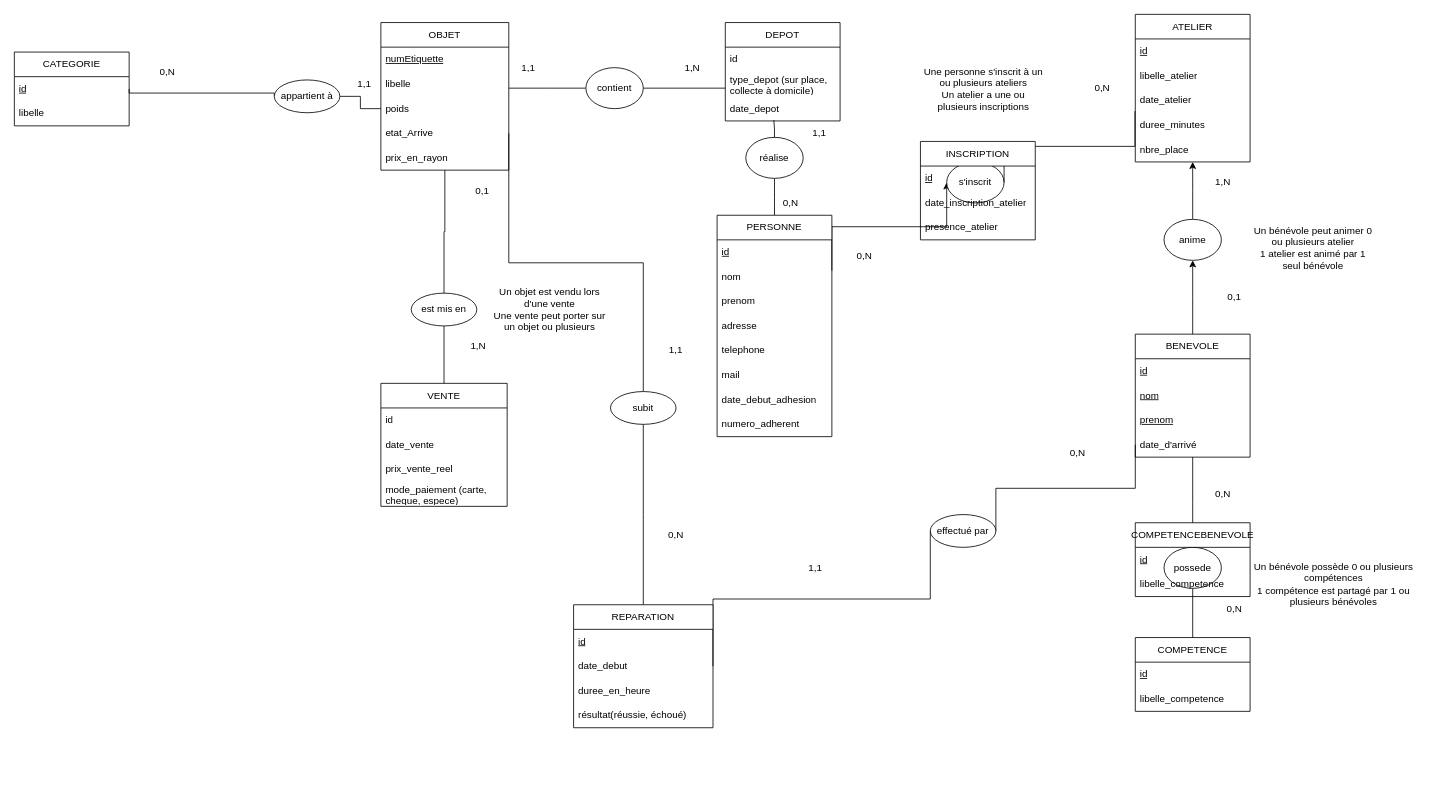
Earlier version of the draw.io diagram schema_EA_adatabase.drawio (gdiaby2403/repo1). Source tidied: cells renumbered, new cells numbered last; positions are measured from the earlier drawing's top-left corner, leaving out a move shared by most shapes. Both pictures are drawn from the tidied source at 82%, with x=0, y=0 at pixel (14, 14).
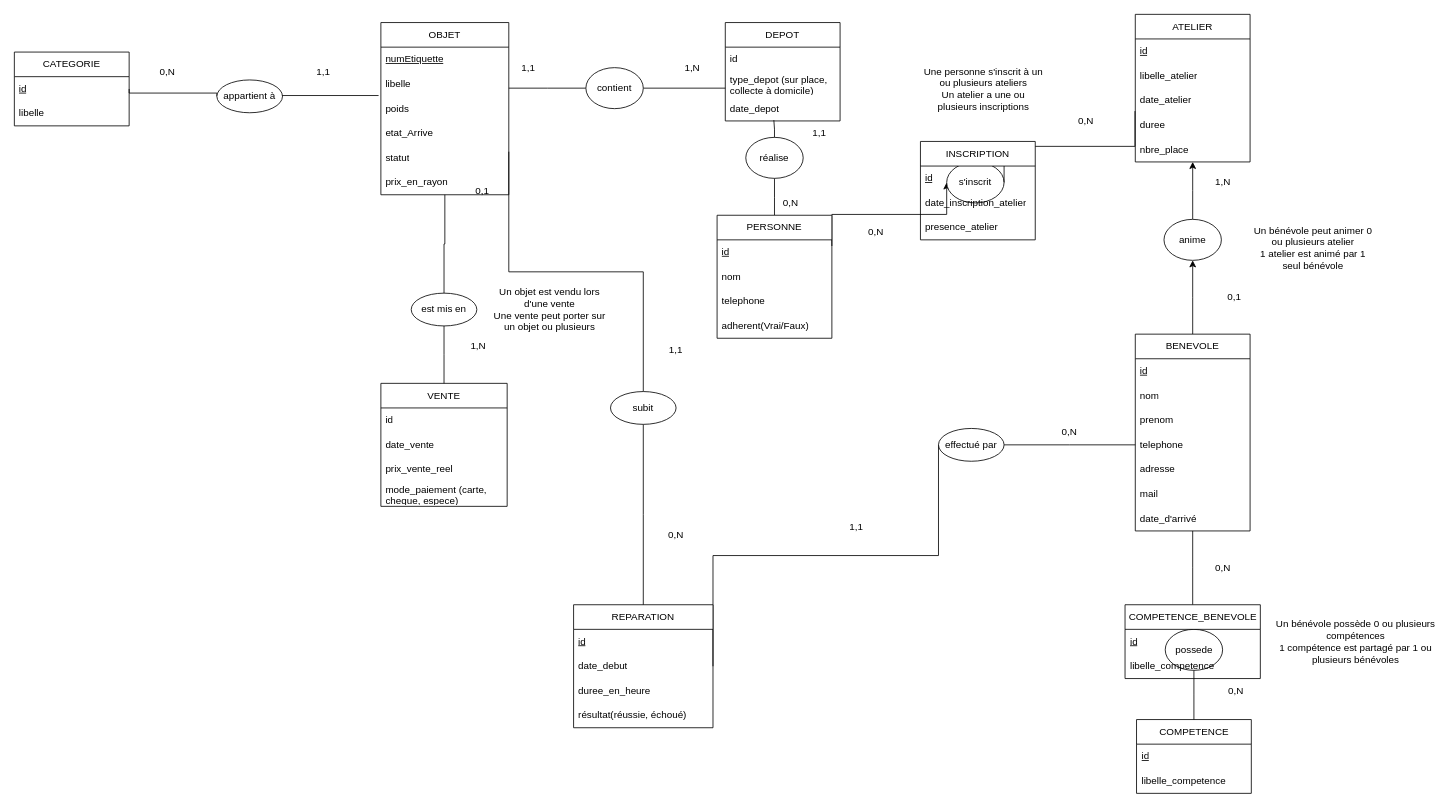
Above is the later version.

Commit message:
Mettre à jour schema_EA_adatabase.drawio

The change refers to these unchanged cells:
```xml
<mxCell id="7" value="poids" style="text;strokeColor=none;fillColor=none;align=left;verticalAlign=middle;spacingLeft=4;spacingRight=4;overflow=hidden;points=[[0,0.5],[1,0.5]];portConstraint=eastwest;whiteSpace=wrap;html=1;" parent="4" vertex="1">
  <mxGeometry y="90" width="156" height="30" as="geometry" />
</mxCell>
<mxCell id="70" value="ATELIER" style="swimlane;fontStyle=0;horizontal=1;startSize=30;whiteSpace=wrap;html=1;" parent="1" vertex="1">
  <mxGeometry x="1367" width="140" height="180" as="geometry" />
</mxCell>
```

The edit, as a diff of the source:
```diff
@@
     <mxCell id="4" value="OBJET" style="swimlane;fontStyle=0;horizontal=1;startSize=30;whiteSpace=wrap;html=1;" parent="1" vertex="1">
-      <mxGeometry x="447" y="10" width="156" height="180" as="geometry" />
+      <mxGeometry x="447" y="10" width="156" height="210" as="geometry" />
     </mxCell>
@@
+    <mxCell id="104" value="statut" style="text;strokeColor=none;fillColor=none;align=left;verticalAlign=middle;spacingLeft=4;spacingRight=4;overflow=hidden;whiteSpace=wrap;html=1;" parent="4" vertex="1">
+      <mxGeometry y="150" width="156" height="30" as="geometry" />
+    </mxCell>
     <mxCell id="9" value="prix_en_rayon" style="text;strokeColor=none;fillColor=none;align=left;verticalAlign=middle;spacingLeft=4;spacingRight=4;overflow=hidden;whiteSpace=wrap;html=1;" parent="4" vertex="1">
-      <mxGeometry y="150" width="156" height="30" as="geometry" />
+      <mxGeometry y="180" width="156" height="30" as="geometry" />
     </mxCell>
-    <mxCell id="10" style="edgeStyle=elbowEdgeStyle;shape=wire;rounded=0;jettySize=auto;elbow=vertical;html=1;exitX=0.5;exitY=1;exitDx=0;exitDy=0;entryX=0.5;entryY=0;entryDx=0;entryDy=0;dashed=1;endArrow=none;endFill=0;" parent="1" edge="1" source="12" target="62">
-      <mxGeometry relative="1" as="geometry" />
-    </mxCell>
@@
     <mxCell id="12" value="BENEVOLE" style="swimlane;fontStyle=0;horizontal=1;startSize=30;whiteSpace=wrap;html=1;" parent="1" vertex="1">
-      <mxGeometry x="1367" y="390" width="140" height="150" as="geometry" />
+      <mxGeometry x="1367" y="390" width="140" height="240" as="geometry" />
     </mxCell>
@@
-    <mxCell id="14" value="&lt;u&gt;nom&lt;/u&gt;" style="text;strokeColor=none;fillColor=none;align=left;verticalAlign=middle;spacingLeft=4;spacingRight=4;overflow=hidden;whiteSpace=wrap;html=1;" parent="12" vertex="1">
+    <mxCell id="14" value="nom" style="text;strokeColor=none;fillColor=none;align=left;verticalAlign=middle;spacingLeft=4;spacingRight=4;overflow=hidden;whiteSpace=wrap;html=1;" parent="12" vertex="1">
       <mxGeometry y="60" width="140" height="30" as="geometry" />
     </mxCell>
-    <mxCell id="15" value="&lt;u&gt;prenom&lt;/u&gt;" style="text;strokeColor=none;fillColor=none;align=left;verticalAlign=middle;spacingLeft=4;spacingRight=4;overflow=hidden;whiteSpace=wrap;html=1;" parent="12" vertex="1">
+    <mxCell id="15" value="prenom" style="text;strokeColor=none;fillColor=none;align=left;verticalAlign=middle;spacingLeft=4;spacingRight=4;overflow=hidden;whiteSpace=wrap;html=1;" parent="12" vertex="1">
       <mxGeometry y="90" width="140" height="30" as="geometry" />
     </mxCell>
+    <mxCell id="105" value="telephone" style="text;strokeColor=none;fillColor=none;align=left;verticalAlign=middle;spacingLeft=4;spacingRight=4;overflow=hidden;points=[[0,0.5],[1,0.5]];portConstraint=eastwest;whiteSpace=wrap;html=1;" parent="12" vertex="1">
+      <mxGeometry y="120" width="140" height="30" as="geometry" />
+    </mxCell>
+    <mxCell id="38" value="adresse" style="text;strokeColor=none;fillColor=none;align=left;verticalAlign=middle;spacingLeft=4;spacingRight=4;overflow=hidden;whiteSpace=wrap;html=1;" parent="12" vertex="1">
+      <mxGeometry y="150" width="140" height="30" as="geometry" />
+    </mxCell>
+    <mxCell id="40" value="mail" style="text;strokeColor=none;fillColor=none;align=left;verticalAlign=middle;spacingLeft=4;spacingRight=4;overflow=hidden;whiteSpace=wrap;html=1;" parent="12" vertex="1">
+      <mxGeometry y="180" width="140" height="30" as="geometry" />
+    </mxCell>
     <mxCell id="16" value="date_d'arrivé" style="text;strokeColor=none;fillColor=none;align=left;verticalAlign=middle;spacingLeft=4;spacingRight=4;overflow=hidden;points=[[0,0.5],[1,0.5]];portConstraint=eastwest;whiteSpace=wrap;html=1;" parent="12" vertex="1">
-      <mxGeometry y="120" width="140" height="30" as="geometry" />
+      <mxGeometry y="210" width="140" height="30" as="geometry" />
     </mxCell>
@@
     <mxCell id="20" value="COMPETENCE" style="swimlane;fontStyle=0;horizontal=1;startSize=30;whiteSpace=wrap;html=1;" parent="1" vertex="1">
-      <mxGeometry x="1367" y="760" width="140" height="90" as="geometry" />
+      <mxGeometry x="1368.5" y="860" width="140" height="90" as="geometry" />
     </mxCell>
@@
     <mxCell id="34" value="PERSONNE" style="swimlane;fontStyle=0;horizontal=1;startSize=30;whiteSpace=wrap;html=1;" parent="1" vertex="1">
-      <mxGeometry x="857" y="245" width="140" height="270" as="geometry" />
+      <mxGeometry x="857" y="245" width="140" height="150" as="geometry" />
     </mxCell>
@@
-    <mxCell id="37" value="prenom" style="text;strokeColor=none;fillColor=none;align=left;verticalAlign=middle;spacingLeft=4;spacingRight=4;overflow=hidden;whiteSpace=wrap;html=1;" parent="34" vertex="1">
-      <mxGeometry y="90" width="140" height="30" as="geometry" />
-    </mxCell>
-    <mxCell id="38" value="adresse&lt;span style=&quot;white-space: pre;&quot;&gt;&#9;&lt;/span&gt;" style="text;strokeColor=none;fillColor=none;align=left;verticalAlign=middle;spacingLeft=4;spacingRight=4;overflow=hidden;whiteSpace=wrap;html=1;" parent="34" vertex="1">
-      <mxGeometry y="120" width="140" height="30" as="geometry" />
-    </mxCell>
     <mxCell id="39" value="telephone" style="text;strokeColor=none;fillColor=none;align=left;verticalAlign=middle;spacingLeft=4;spacingRight=4;overflow=hidden;whiteSpace=wrap;html=1;" parent="34" vertex="1">
-      <mxGeometry y="150" width="140" height="30" as="geometry" />
+      <mxGeometry y="90" width="140" height="30" as="geometry" />
     </mxCell>
-    <mxCell id="40" value="mail" style="text;strokeColor=none;fillColor=none;align=left;verticalAlign=middle;spacingLeft=4;spacingRight=4;overflow=hidden;whiteSpace=wrap;html=1;" parent="34" vertex="1">
-      <mxGeometry y="180" width="140" height="30" as="geometry" />
-    </mxCell>
-    <mxCell id="41" value="date_debut_adhesion" style="text;strokeColor=none;fillColor=none;align=left;verticalAlign=middle;spacingLeft=4;spacingRight=4;overflow=hidden;whiteSpace=wrap;html=1;" parent="34" vertex="1">
-      <mxGeometry y="210" width="140" height="30" as="geometry" />
-    </mxCell>
-    <mxCell id="42" value="numero_adherent" style="text;strokeColor=none;fillColor=none;align=left;verticalAlign=middle;spacingLeft=4;spacingRight=4;overflow=hidden;whiteSpace=wrap;html=1;" parent="34" vertex="1">
-      <mxGeometry y="240" width="140" height="30" as="geometry" />
+    <mxCell id="42" value="adherent(Vrai/Faux)" style="text;strokeColor=none;fillColor=none;align=left;verticalAlign=middle;spacingLeft=4;spacingRight=4;overflow=hidden;whiteSpace=wrap;html=1;" parent="34" vertex="1">
+      <mxGeometry y="120" width="140" height="30" as="geometry" />
     </mxCell>
     <mxCell id="43" value="0,N" style="text;html=1;whiteSpace=wrap;strokeColor=none;fillColor=none;align=center;verticalAlign=middle;rounded=0;" parent="1" vertex="1">
-      <mxGeometry x="1444" y="570" width="60" height="30" as="geometry" />
+      <mxGeometry x="1444" y="660" width="60" height="30" as="geometry" />
     </mxCell>
@@
     <mxCell id="46" value="appartient à" style="ellipse;whiteSpace=wrap;html=1;shapeInside=1;" parent="1" vertex="1">
-      <mxGeometry x="317" y="80" width="80" height="40" as="geometry" />
+      <mxGeometry x="247" y="80" width="80" height="40" as="geometry" />
     </mxCell>
-    <mxCell id="47" style="edgeStyle=elbowEdgeStyle;shape=wire;rounded=0;jettySize=auto;elbow=vertical;html=1;exitX=0;exitY=1;exitDx=0;exitDy=0;entryX=0;entryY=0.5;entryDx=0;entryDy=0;dashed=1;endArrow=none;endFill=0;" parent="1" edge="1" source="48" target="7">
-      <mxGeometry relative="1" as="geometry" />
-    </mxCell>
     <mxCell id="48" value="1,1" style="text;html=1;whiteSpace=wrap;strokeColor=none;fillColor=none;align=center;verticalAlign=middle;rounded=0;" parent="1" vertex="1">
-      <mxGeometry x="397" y="70" width="60" height="30" as="geometry" />
+      <mxGeometry x="347" y="55" width="60" height="30" as="geometry" />
     </mxCell>
@@
     <mxCell id="60" value="0,N" style="text;html=1;whiteSpace=wrap;strokeColor=none;fillColor=none;align=center;verticalAlign=middle;rounded=0;" parent="1" vertex="1">
-      <mxGeometry x="1458" y="710" width="60" height="30" as="geometry" />
+      <mxGeometry x="1459.5" y="810" width="60" height="30" as="geometry" />
     </mxCell>
@@
     <mxCell id="62" value="possede" style="ellipse;whiteSpace=wrap;html=1;shapeInside=1;" parent="1" vertex="1">
-      <mxGeometry x="1402" y="650" width="70" height="50" as="geometry" />
+      <mxGeometry x="1403.5" y="750" width="70" height="50" as="geometry" />
     </mxCell>
     <mxCell id="63" value="Un bénévole possède 0 ou plusieurs compétences&lt;br&gt;1 compétence est partagé par 1 ou plusieurs bénévoles" style="text;html=1;whiteSpace=wrap;strokeColor=none;fillColor=none;align=center;verticalAlign=middle;rounded=0;" parent="1" vertex="1">
-      <mxGeometry x="1504" y="680" width="210" height="30" as="geometry" />
+      <mxGeometry x="1531" y="712.5" width="210" height="105" as="geometry" />
     </mxCell>
@@
-    <mxCell id="74" value="duree_minutes" style="text;strokeColor=none;fillColor=none;align=left;verticalAlign=middle;spacingLeft=4;spacingRight=4;overflow=hidden;whiteSpace=wrap;html=1;" parent="70" vertex="1">
+    <mxCell id="74" value="duree" style="text;strokeColor=none;fillColor=none;align=left;verticalAlign=middle;spacingLeft=4;spacingRight=4;overflow=hidden;whiteSpace=wrap;html=1;" parent="70" vertex="1">
       <mxGeometry y="120" width="140" height="30" as="geometry" />
     </mxCell>
@@
     <mxCell id="77" value="0,N" style="text;html=1;whiteSpace=wrap;strokeColor=none;fillColor=none;align=center;verticalAlign=middle;rounded=0;" parent="1" vertex="1">
-      <mxGeometry x="1007" y="280" width="60" height="30" as="geometry" />
+      <mxGeometry x="1021" y="250" width="60" height="30" as="geometry" />
     </mxCell>
@@
     <mxCell id="82" value="0,N" style="text;html=1;whiteSpace=wrap;strokeColor=none;fillColor=none;align=center;verticalAlign=middle;rounded=0;" parent="1" vertex="1">
-      <mxGeometry x="1297" y="75" width="60" height="30" as="geometry" />
+      <mxGeometry x="1277" y="115" width="60" height="30" as="geometry" />
     </mxCell>
@@
-    <mxCell id="93" style="edgeStyle=elbowEdgeStyle;shape=wire;rounded=0;jettySize=auto;elbow=vertical;html=1;exitX=1;exitY=0.5;exitDx=0;exitDy=0;entryX=0;entryY=0.5;entryDx=0;entryDy=0;dashed=1;endArrow=none;endFill=0;" parent="1" edge="1" source="94" target="16">
-      <mxGeometry relative="1" as="geometry" />
-    </mxCell>
+    <mxCell id="106" style="edgeStyle=elbowEdgeStyle;shape=wire;rounded=0;jettySize=auto;elbow=vertical;html=1;exitX=1;exitY=0.5;exitDx=0;exitDy=0;entryX=0;entryY=0.5;entryDx=0;entryDy=0;dashed=1;endArrow=none;endFill=0;" parent="1" edge="1" source="94" target="105">
+      <mxGeometry relative="1" as="geometry" />
+    </mxCell>
     <mxCell id="94" value="effectué par" style="ellipse;whiteSpace=wrap;html=1;shapeInside=1;" parent="1" vertex="1">
-      <mxGeometry x="1117" y="610" width="80" height="40" as="geometry" />
+      <mxGeometry x="1127" y="505" width="80" height="40" as="geometry" />
     </mxCell>
     <mxCell id="95" value="1,1" style="text;html=1;whiteSpace=wrap;strokeColor=none;fillColor=none;align=center;verticalAlign=middle;rounded=0;" parent="1" vertex="1">
-      <mxGeometry x="947" y="660" width="60" height="30" as="geometry" />
+      <mxGeometry x="997" y="610" width="60" height="30" as="geometry" />
     </mxCell>
     <mxCell id="96" value="0,N" style="text;html=1;whiteSpace=wrap;strokeColor=none;fillColor=none;align=center;verticalAlign=middle;rounded=0;" parent="1" vertex="1">
-      <mxGeometry x="1267" y="520" width="60" height="30" as="geometry" />
+      <mxGeometry x="1257" y="495" width="60" height="30" as="geometry" />
     </mxCell>
@@
+    <mxCell id="107" style="edgeStyle=elbowEdgeStyle;shape=wire;rounded=0;jettySize=auto;elbow=vertical;html=1;exitX=0.5;exitY=0;exitDx=0;exitDy=0;entryX=0.5;entryY=1;entryDx=0;entryDy=0;dashed=1;endArrow=none;endFill=0;" parent="1" edge="1" source="101" target="12">
+      <mxGeometry relative="1" as="geometry" />
+    </mxCell>
-    <mxCell id="101" value="COMPETENCEBENEVOLE" style="swimlane;fontStyle=0;horizontal=1;startSize=30;whiteSpace=wrap;html=1;" parent="1" vertex="1">
-      <mxGeometry x="1367" y="620" width="140" height="90" as="geometry" />
+    <mxCell id="101" value="COMPETENCE_BENEVOLE" style="swimlane;fontStyle=0;horizontal=1;startSize=30;whiteSpace=wrap;html=1;" parent="1" vertex="1">
+      <mxGeometry x="1354.5" y="720" width="165" height="90" as="geometry" />
     </mxCell>
     <mxCell id="102" value="&lt;u&gt;id&lt;/u&gt;" style="text;strokeColor=none;fillColor=none;align=left;verticalAlign=middle;spacingLeft=4;spacingRight=4;overflow=hidden;whiteSpace=wrap;html=1;" parent="101" vertex="1">
-      <mxGeometry y="30" width="140" height="30" as="geometry" />
+      <mxGeometry y="30" width="165" height="30" as="geometry" />
     </mxCell>
     <mxCell id="103" value="libelle_competence" style="text;strokeColor=none;fillColor=none;align=left;verticalAlign=middle;spacingLeft=4;spacingRight=4;overflow=hidden;whiteSpace=wrap;html=1;" parent="101" vertex="1">
-      <mxGeometry y="60" width="140" height="30" as="geometry" />
+      <mxGeometry y="60" width="165" height="30" as="geometry" />
     </mxCell>
+    <mxCell id="108" style="edgeStyle=elbowEdgeStyle;shape=wire;rounded=0;jettySize=auto;elbow=vertical;html=1;exitX=1;exitY=0.5;exitDx=0;exitDy=0;entryX=-0.018;entryY=-0.038;entryDx=0;entryDy=0;entryPerimeter=0;dashed=1;endArrow=none;endFill=0;" parent="1" edge="1" source="46" target="7">
+      <mxGeometry relative="1" as="geometry" />
+    </mxCell>
```
